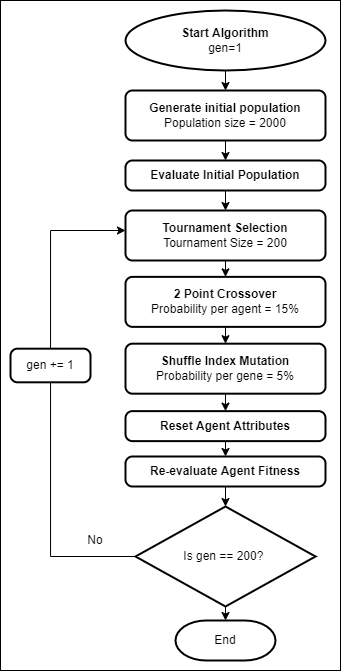
Before: images/flowchart.png, a diagram exported from draw.io (LucyIvatt/iterated-prisoners-dilemma-variant-ga). Source tidied: cells renumbered, new cells last; positions are measured from the earlier drawing's top-left corner, leaving out a move shared by most shapes. The source it was exported from:
```xml
<mxGraphModel>
  <root>
    <mxCell id="0" />
    <mxCell id="1" parent="0" />
    <mxCell id="2" style="rounded=0;whiteSpace=wrap;html=1;" parent="1" vertex="1">
      <mxGeometry width="340" height="670" as="geometry" />
    </mxCell>
    <mxCell id="3" style="edgeStyle=orthogonalEdgeStyle;rounded=0;jettySize=auto;html=1;exitX=0.5;exitY=1;exitDx=0;exitDy=0;exitPerimeter=0;entryX=0.5;entryY=0;entryDx=0;entryDy=0;" parent="1" edge="1" source="4" target="6">
      <mxGeometry relative="1" as="geometry" />
    </mxCell>
    <mxCell id="4" value="&lt;b&gt;Start Algorithm&lt;/b&gt;&lt;br&gt;gen=1" style="strokeWidth=2;html=1;shape=mxgraph.flowchart.start_1;whiteSpace=wrap;" parent="1" vertex="1">
      <mxGeometry x="125" y="10" width="200" height="60" as="geometry" />
    </mxCell>
    <mxCell id="5" style="edgeStyle=orthogonalEdgeStyle;rounded=0;jettySize=auto;html=1;exitX=0.5;exitY=1;exitDx=0;exitDy=0;entryX=0.5;entryY=0;entryDx=0;entryDy=0;" parent="1" edge="1" source="6" target="12">
      <mxGeometry relative="1" as="geometry" />
    </mxCell>
    <mxCell id="6" value="&lt;b&gt;Generate initial population&lt;/b&gt;&lt;br&gt;Population size = 2000&lt;br&gt;" style="rounded=1;whiteSpace=wrap;html=1;absoluteArcSize=1;arcSize=14;strokeWidth=2;" parent="1" vertex="1">
      <mxGeometry x="125" y="90" width="200" height="50" as="geometry" />
    </mxCell>
    <mxCell id="7" style="edgeStyle=orthogonalEdgeStyle;rounded=0;jettySize=auto;html=1;exitX=0.5;exitY=1;exitDx=0;exitDy=0;entryX=0.5;entryY=0;entryDx=0;entryDy=0;" parent="1" edge="1" source="8" target="10">
      <mxGeometry relative="1" as="geometry" />
    </mxCell>
    <mxCell id="8" value="&lt;b&gt;Tournament Selection&lt;/b&gt;&lt;br&gt;Tournament Size = 200" style="rounded=1;whiteSpace=wrap;html=1;absoluteArcSize=1;arcSize=14;strokeWidth=2;" parent="1" vertex="1">
      <mxGeometry x="125" y="210" width="200" height="50" as="geometry" />
    </mxCell>
    <mxCell id="9" style="edgeStyle=orthogonalEdgeStyle;rounded=0;jettySize=auto;html=1;exitX=0.5;exitY=1;exitDx=0;exitDy=0;entryX=0.5;entryY=0;entryDx=0;entryDy=0;" parent="1" edge="1" source="10" target="14">
      <mxGeometry relative="1" as="geometry" />
    </mxCell>
    <mxCell id="10" value="&lt;b&gt;2 Point Crossover&lt;/b&gt;&lt;br&gt;Probability per agent = 15%" style="rounded=1;whiteSpace=wrap;html=1;absoluteArcSize=1;arcSize=14;strokeWidth=2;" parent="1" vertex="1">
      <mxGeometry x="125" y="276.4" width="200" height="50" as="geometry" />
    </mxCell>
    <mxCell id="11" style="edgeStyle=orthogonalEdgeStyle;rounded=0;jettySize=auto;html=1;exitX=0.5;exitY=1;exitDx=0;exitDy=0;entryX=0.5;entryY=0;entryDx=0;entryDy=0;" parent="1" edge="1" source="12" target="8">
      <mxGeometry relative="1" as="geometry" />
    </mxCell>
    <mxCell id="12" value="&lt;b&gt;Evaluate Initial Population&lt;/b&gt;" style="rounded=1;whiteSpace=wrap;html=1;absoluteArcSize=1;arcSize=14;strokeWidth=2;" parent="1" vertex="1">
      <mxGeometry x="125" y="160" width="200" height="30" as="geometry" />
    </mxCell>
    <mxCell id="13" style="edgeStyle=orthogonalEdgeStyle;rounded=0;jettySize=auto;html=1;exitX=0.5;exitY=1;exitDx=0;exitDy=0;entryX=0.5;entryY=0;entryDx=0;entryDy=0;" parent="1" edge="1" source="14" target="16">
      <mxGeometry relative="1" as="geometry" />
    </mxCell>
    <mxCell id="14" value="&lt;b&gt;Shuffle Index Mutation&lt;/b&gt;&lt;br&gt;Probability per gene = 5%" style="rounded=1;whiteSpace=wrap;html=1;absoluteArcSize=1;arcSize=14;strokeWidth=2;" parent="1" vertex="1">
      <mxGeometry x="125" y="343.2" width="200" height="50" as="geometry" />
    </mxCell>
    <mxCell id="15" style="edgeStyle=orthogonalEdgeStyle;rounded=0;jettySize=auto;html=1;exitX=0.5;exitY=1;exitDx=0;exitDy=0;entryX=0.5;entryY=0;entryDx=0;entryDy=0;" parent="1" edge="1" source="16" target="18">
      <mxGeometry relative="1" as="geometry" />
    </mxCell>
    <mxCell id="16" value="&lt;b&gt;Reset Agent Attributes&lt;/b&gt;" style="rounded=1;whiteSpace=wrap;html=1;absoluteArcSize=1;arcSize=14;strokeWidth=2;" parent="1" vertex="1">
      <mxGeometry x="125" y="410.6" width="200" height="30" as="geometry" />
    </mxCell>
    <mxCell id="17" style="edgeStyle=orthogonalEdgeStyle;rounded=0;jettySize=auto;html=1;exitX=0.5;exitY=1;exitDx=0;exitDy=0;entryX=0.5;entryY=0;entryDx=0;entryDy=0;entryPerimeter=0;" parent="1" edge="1" source="18" target="21">
      <mxGeometry relative="1" as="geometry" />
    </mxCell>
    <mxCell id="18" value="&lt;b&gt;Re-evaluate Agent Fitness&lt;/b&gt;" style="rounded=1;whiteSpace=wrap;html=1;absoluteArcSize=1;arcSize=14;strokeWidth=2;" parent="1" vertex="1">
      <mxGeometry x="125" y="456" width="200" height="30" as="geometry" />
    </mxCell>
    <mxCell id="19" style="edgeStyle=orthogonalEdgeStyle;rounded=0;jettySize=auto;html=1;exitX=0;exitY=0.5;exitDx=0;exitDy=0;exitPerimeter=0;" parent="1" edge="1" source="21">
      <mxGeometry relative="1" as="geometry">
        <mxPoint x="125" y="230" as="targetPoint" />
        <Array as="points">
          <mxPoint x="50" y="556" />
          <mxPoint x="50" y="230" />
        </Array>
      </mxGeometry>
    </mxCell>
    <mxCell id="20" style="edgeStyle=orthogonalEdgeStyle;rounded=0;jettySize=auto;html=1;exitX=0.5;exitY=1;exitDx=0;exitDy=0;exitPerimeter=0;entryX=0.5;entryY=0;entryDx=0;entryDy=0;entryPerimeter=0;" parent="1" edge="1" source="21" target="24">
      <mxGeometry relative="1" as="geometry" />
    </mxCell>
    <mxCell id="21" value="Is gen == 200?&amp;nbsp;" style="strokeWidth=2;html=1;shape=mxgraph.flowchart.decision;whiteSpace=wrap;" parent="1" vertex="1">
      <mxGeometry x="135" y="506" width="180" height="100" as="geometry" />
    </mxCell>
    <mxCell id="22" value="No" style="text;html=1;strokeColor=none;fillColor=none;align=center;verticalAlign=middle;whiteSpace=wrap;rounded=0;" parent="1" vertex="1">
      <mxGeometry x="65" y="525" width="60" height="30" as="geometry" />
    </mxCell>
    <mxCell id="23" value="gen += 1" style="rounded=1;whiteSpace=wrap;html=1;absoluteArcSize=1;arcSize=14;strokeWidth=2;" parent="1" vertex="1">
      <mxGeometry x="10" y="348.2" width="80" height="33.6" as="geometry" />
    </mxCell>
    <mxCell id="24" value="End&lt;br&gt;" style="strokeWidth=2;html=1;shape=mxgraph.flowchart.terminator;whiteSpace=wrap;" parent="1" vertex="1">
      <mxGeometry x="175" y="620" width="100" height="40" as="geometry" />
    </mxCell>
  </root>
</mxGraphModel>
```
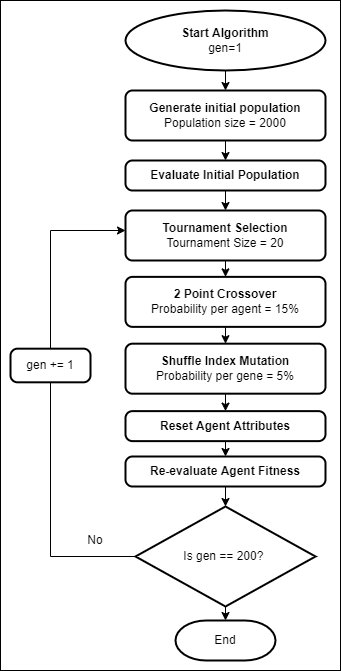
After the change.

Commit message:
proof read write up

What changed in the source:
```diff
@@ -20,7 +20,7 @@
     <mxCell id="7" style="edgeStyle=orthogonalEdgeStyle;rounded=0;jettySize=auto;html=1;exitX=0.5;exitY=1;exitDx=0;exitDy=0;entryX=0.5;entryY=0;entryDx=0;entryDy=0;" parent="1" edge="1" source="8" target="10">
       <mxGeometry relative="1" as="geometry" />
     </mxCell>
-    <mxCell id="8" value="&lt;b&gt;Tournament Selection&lt;/b&gt;&lt;br&gt;Tournament Size = 200" style="rounded=1;whiteSpace=wrap;html=1;absoluteArcSize=1;arcSize=14;strokeWidth=2;" parent="1" vertex="1">
+    <mxCell id="8" value="&lt;b&gt;Tournament Selection&lt;/b&gt;&lt;br&gt;Tournament Size = 20" style="rounded=1;whiteSpace=wrap;html=1;absoluteArcSize=1;arcSize=14;strokeWidth=2;" parent="1" vertex="1">
       <mxGeometry x="125" y="210" width="200" height="50" as="geometry" />
     </mxCell>
     <mxCell id="9" style="edgeStyle=orthogonalEdgeStyle;rounded=0;jettySize=auto;html=1;exitX=0.5;exitY=1;exitDx=0;exitDy=0;entryX=0.5;entryY=0;entryDx=0;entryDy=0;" parent="1" edge="1" source="10" target="14">
```
